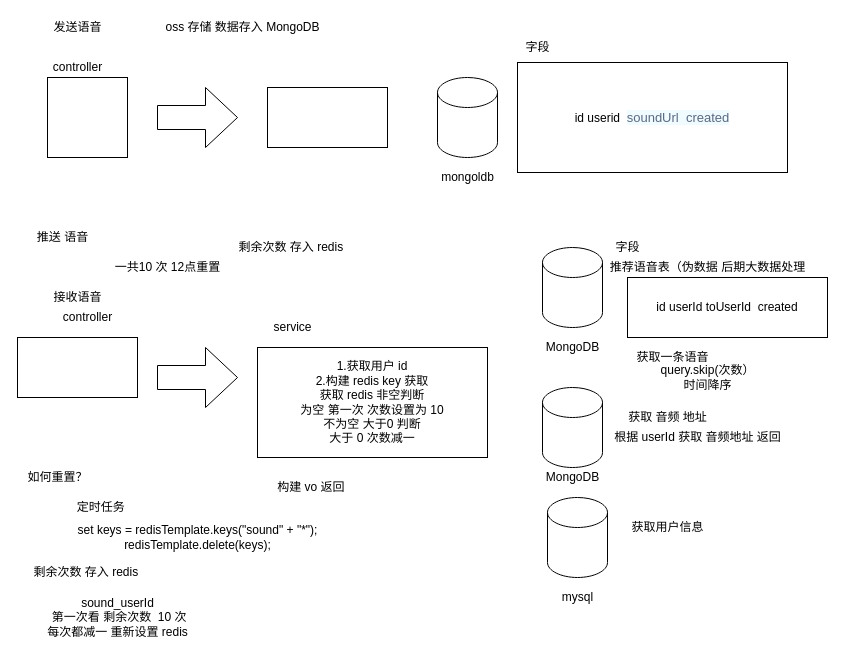
Above: Untitled Diagram.drawio in liojack/helloGit (draw.io), before the change. Source tidied: cells renumbered, new cells numbered last; positions are measured from the earlier drawing's top-left corner, leaving out a move shared by most shapes. Both pictures are drawn from the tidied source at 100%, with x=0, y=0 at pixel (17, 17).
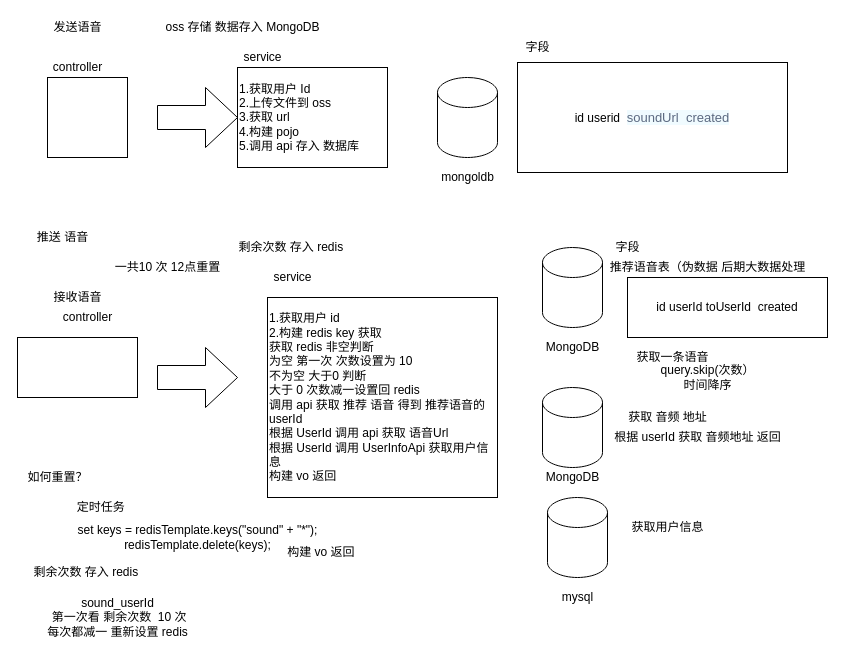
The same page after the edit.

The edit, as a diff of the source:
```diff
@@
-    <mxCell id="8" style="whiteSpace=wrap;html=1;" parent="1" vertex="1">
-      <mxGeometry x="250" y="70" width="120" height="60" as="geometry" />
+    <mxCell id="8" value="1.获取用户 Id&lt;br&gt;2.上传文件到 oss&lt;br&gt;3.获取 url&lt;br&gt;4.构建 pojo&amp;nbsp;&lt;br&gt;5.调用 api 存入 数据库&lt;br&gt;" style="whiteSpace=wrap;html=1;align=left;" parent="1" vertex="1">
+      <mxGeometry x="220" y="50" width="150" height="100" as="geometry" />
     </mxCell>
@@
-    <mxCell id="17" value="1.获取用户 id&lt;br&gt;2.构建 redis key 获取&lt;br&gt;获取 redis 非空判断&lt;br&gt;为空 第一次 次数设置为 10&lt;br&gt;不为空 大于0 判断&lt;br&gt;大于 0 次数减一&lt;br&gt;" style="whiteSpace=wrap;html=1;" parent="1" vertex="1">
-      <mxGeometry x="240" y="330" width="230" height="110" as="geometry" />
+    <mxCell id="17" value="1.获取用户 id&lt;br&gt;2.构建 redis key 获取&lt;br&gt;获取 redis 非空判断&lt;br&gt;为空 第一次 次数设置为 10&lt;br&gt;不为空 大于0 判断&lt;br&gt;大于 0 次数减一设置回 redis&lt;br&gt;调用 api 获取 推荐 语音 得到 推荐语音的 userId&lt;br&gt;根据 UserId 调用 api 获取 语音Url&lt;br&gt;根据 UserId 调用 UserInfoApi 获取用户信息&lt;br&gt;构建 vo 返回" style="whiteSpace=wrap;html=1;align=left;" parent="1" vertex="1">
+      <mxGeometry x="250" y="280" width="230" height="200" as="geometry" />
     </mxCell>
@@
     <mxCell id="29" value="构建 vo 返回&amp;nbsp;" style="text;html=1;align=center;verticalAlign=middle;strokeColor=none;fillColor=none;" parent="1" vertex="1">
-      <mxGeometry x="250" y="460" width="90" height="20" as="geometry" />
+      <mxGeometry x="260" y="525" width="90" height="20" as="geometry" />
     </mxCell>
     <mxCell id="30" value="service" style="text;html=1;align=center;verticalAlign=middle;strokeColor=none;fillColor=none;" parent="1" vertex="1">
-      <mxGeometry x="250" y="300" width="50" height="20" as="geometry" />
+      <mxGeometry x="250" y="250" width="50" height="20" as="geometry" />
     </mxCell>
@@
+    <mxCell id="41" value="service" style="text;html=1;align=center;verticalAlign=middle;strokeColor=none;fillColor=none;" parent="1" vertex="1">
+      <mxGeometry x="220" y="30" width="50" height="20" as="geometry" />
+    </mxCell>
```
